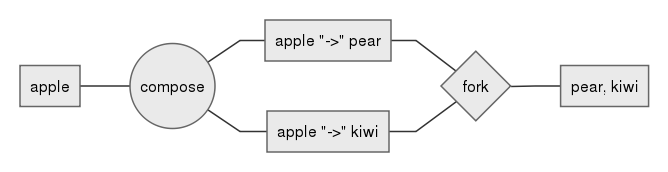
Earlier version of the Mermaid export pics/fork.mermaid.png (foxnewsnetwork/arrows). Its source is kept beside it as pics/fork.mermaid.
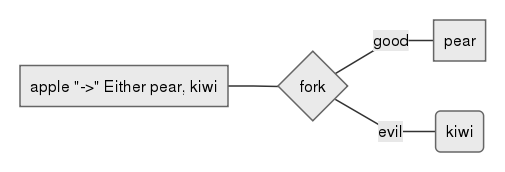
The same file after the commit.

What changed in the source:
```diff
@@ -1,7 +1,4 @@
 graph LR;
-  A[apple] --> B((compose))
-  B --> C[apple "->" pear];
-  B --> D[apple "->" kiwi];
-  C --> E{fork};
-  D --> E;
-  E --> F[pear, kiwi];
+  C[apple "->" Either pear, kiwi] --> D{ fork };
+  D -->|good| E[pear];
+  D -->|evil| F(kiwi);
```
